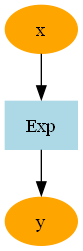
The Graphviz diagram sample.png in parkwoobin/ai_advanced_wb, before a commit. Its source is kept beside it as sample.dot. The source it was exported from:
```dot
digraph g{
1 [label="x", color = orange, style = filled]
2 [label="y", color = orange, style = filled]
3 [label="Exp", color = lightblue, style = filled, shape = box]
1 -> 3
3 -> 2
}
```
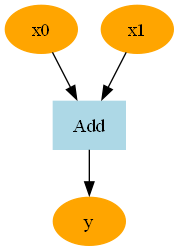
Above is the later version.

Change to the diagram source:
```diff
@@ -1,7 +1,9 @@
-digraph g{
-1 [label="x", color = orange, style = filled]
-2 [label="y", color = orange, style = filled]
-3 [label="Exp", color = lightblue, style = filled, shape = box]
-1 -> 3
-3 -> 2
+digraph g {
+node2707759310800 [label="y", color=orange, style=filled]
+node2707759311952 [label="Add", color=lightblue, style=filled, shape=box]
+node2707759304272 -> node2707759311952
+node2707759304144 -> node2707759311952
+node2707759311952 -> node2707759310800
+node2707759304272 [label="x0", color=orange, style=filled]
+node2707759304144 [label="x1", color=orange, style=filled]
 }
```
